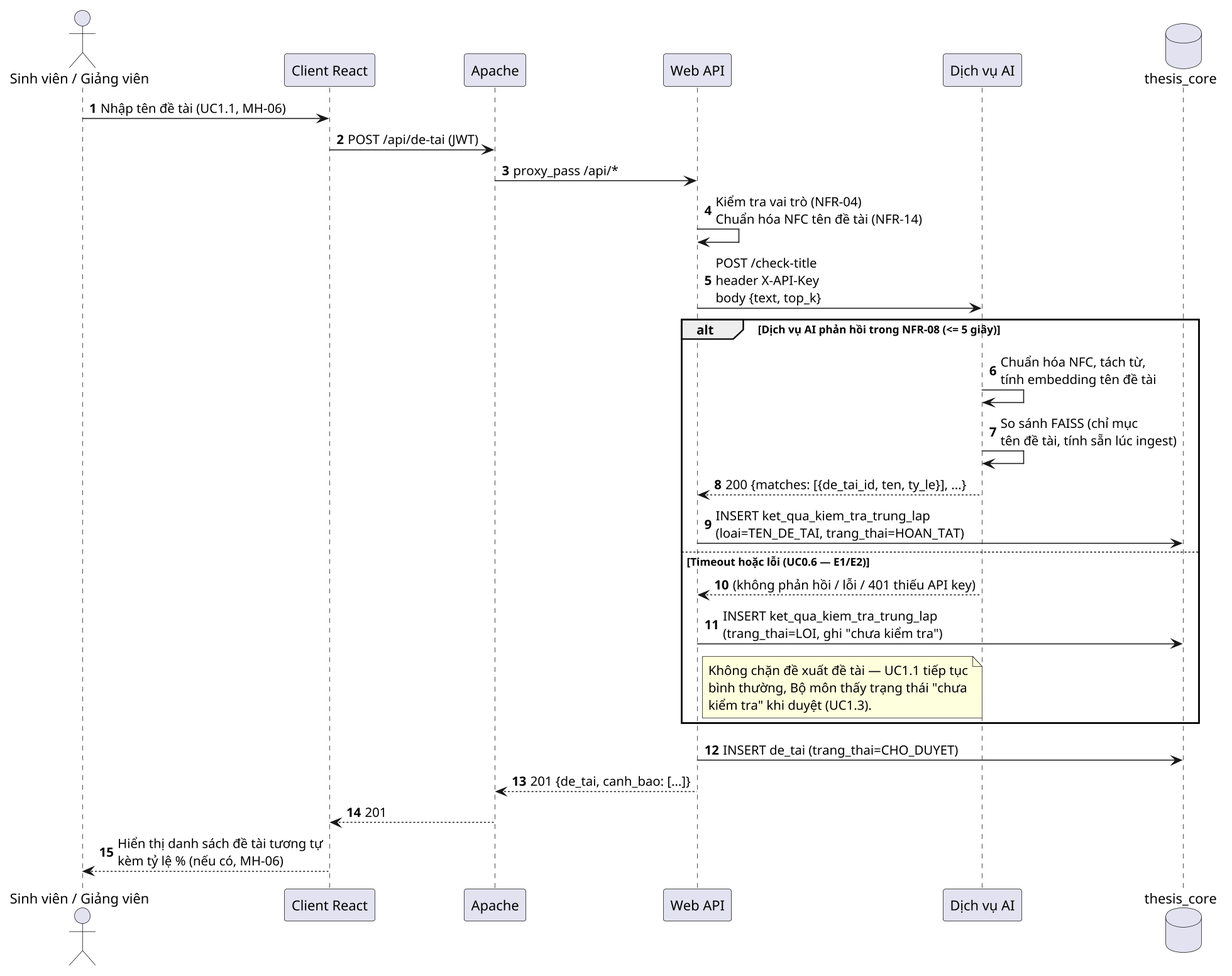
dtc235200036-alt/ICTU-DATN-NguyenThiMaiAnh keeps this PlantUML diagram as docs/chuong-3-thiet-ke/kien-truc/seq-check-title.png. Above is the earlier version.
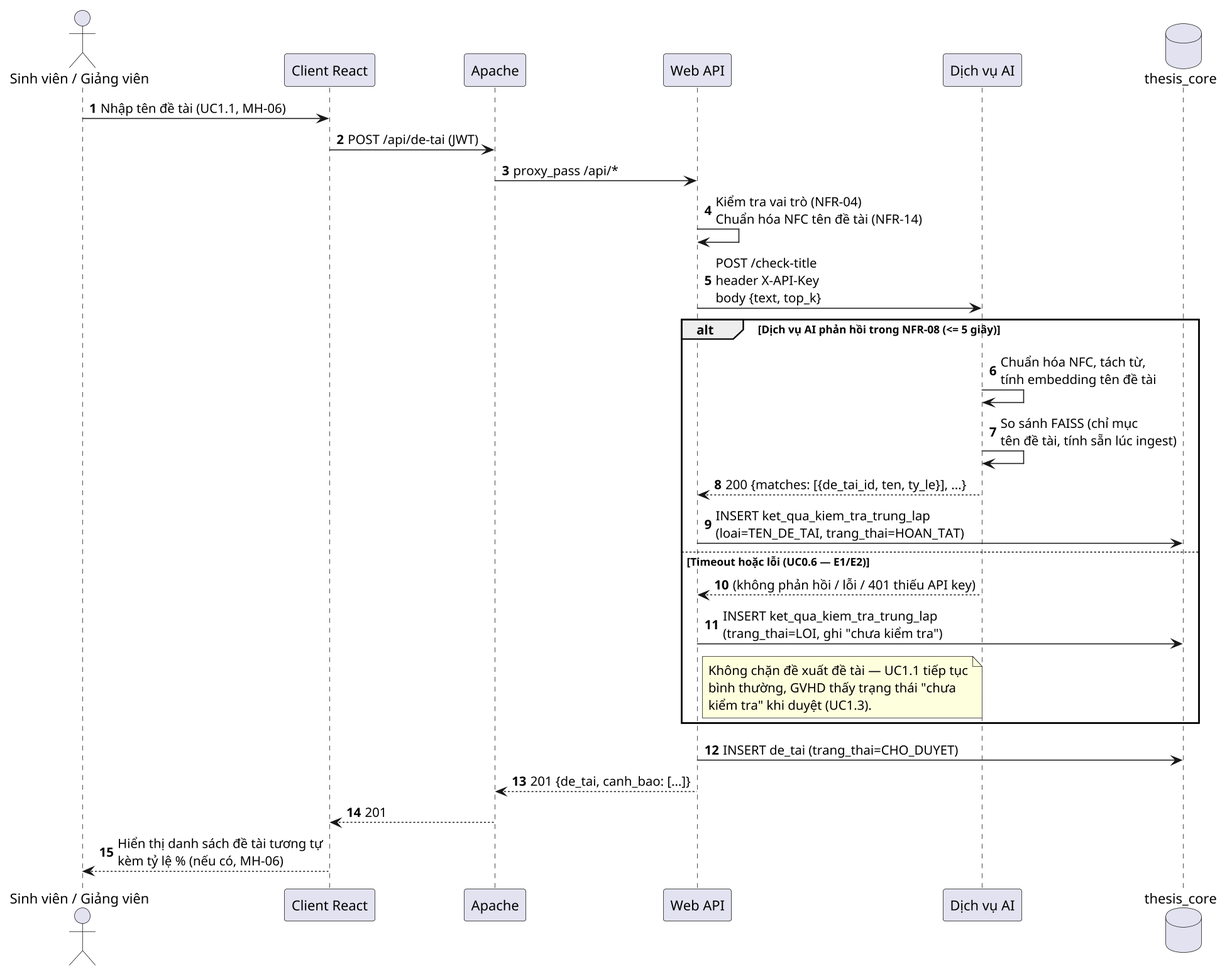
The same file after the commit.

Change to the diagram source:
```diff
@@ -32,7 +32,7 @@
   WebAPI -> DBCore : INSERT ket_qua_kiem_tra_trung_lap\n(trang_thai=LOI, ghi "chưa kiểm tra")
   note right of WebAPI
     Không chặn đề xuất đề tài — UC1.1 tiếp tục
-    bình thường, Bộ môn thấy trạng thái "chưa
+    bình thường, GVHD thấy trạng thái "chưa
     kiểm tra" khi duyệt (UC1.3).
   end note
 end
```
